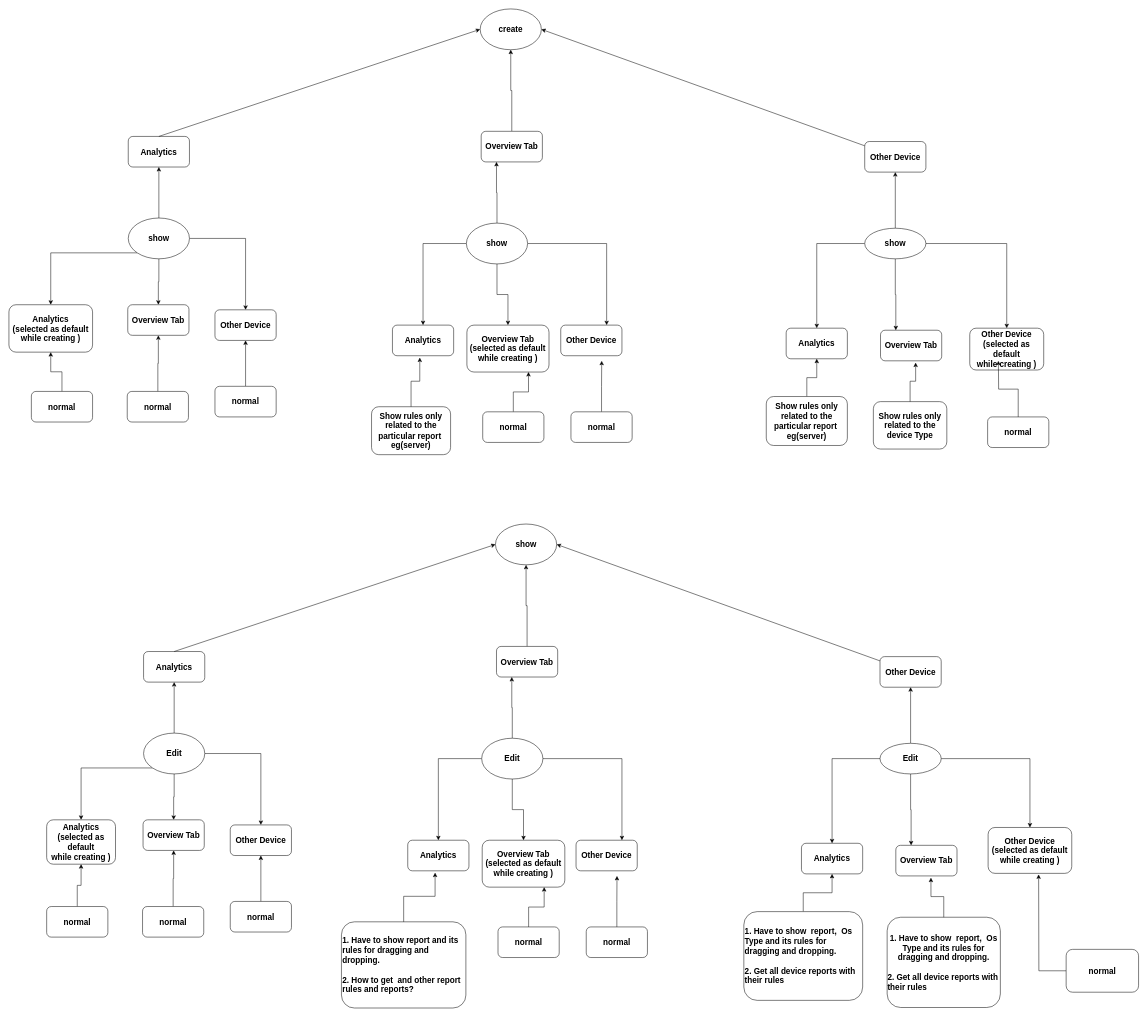
Above: project/Untitled Diagram.drawio in vickrammark/Course (draw.io), before the change. Source tidied: cells renumbered, new cells numbered last; positions are measured from the earlier drawing's top-left corner, leaving out a move shared by most shapes. Both pictures are drawn from the tidied source at 51%, with x=0, y=0 at pixel (9, 9).
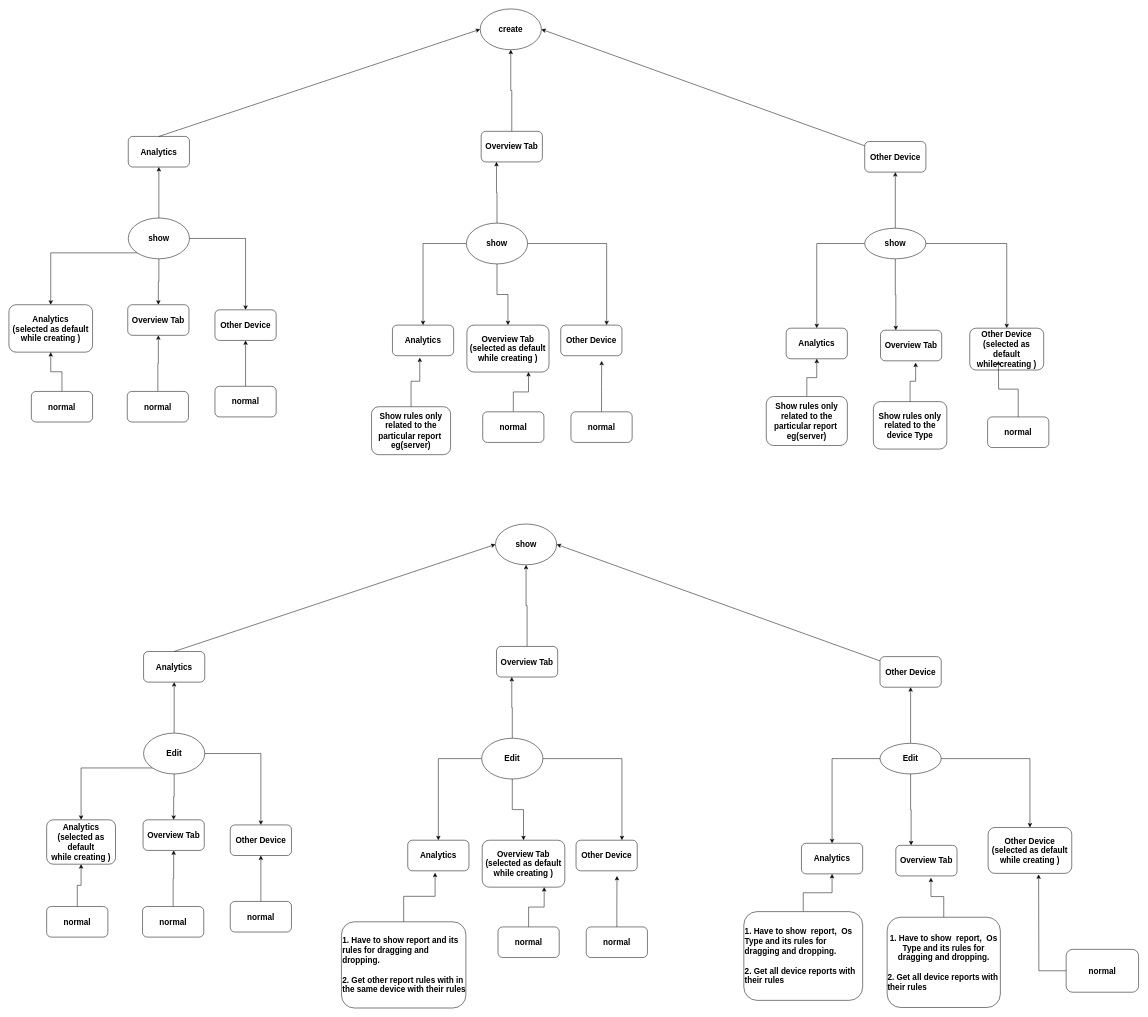
The same page after the edit.

The edit, as a diff of the source:
```diff
@@
-    <mxCell id="86" value="1. Have to show report and its rules for dragging and dropping.&lt;br&gt;&lt;br&gt;2. How to get&amp;nbsp; and other report rules and reports?" style="rounded=1;whiteSpace=wrap;html=1;strokeWidth=1;fontStyle=1;fontSize=16;align=left;" parent="1" vertex="1">
+    <mxCell id="86" value="1. Have to show report and its rules for dragging and dropping.&lt;br&gt;&lt;br&gt;2. Get other report rules with in the same device with their rules" style="rounded=1;whiteSpace=wrap;html=1;strokeWidth=1;fontStyle=1;fontSize=16;align=left;" parent="1" vertex="1">
       <mxGeometry x="652" y="1790" width="244" height="169" as="geometry" />
     </mxCell>
```
